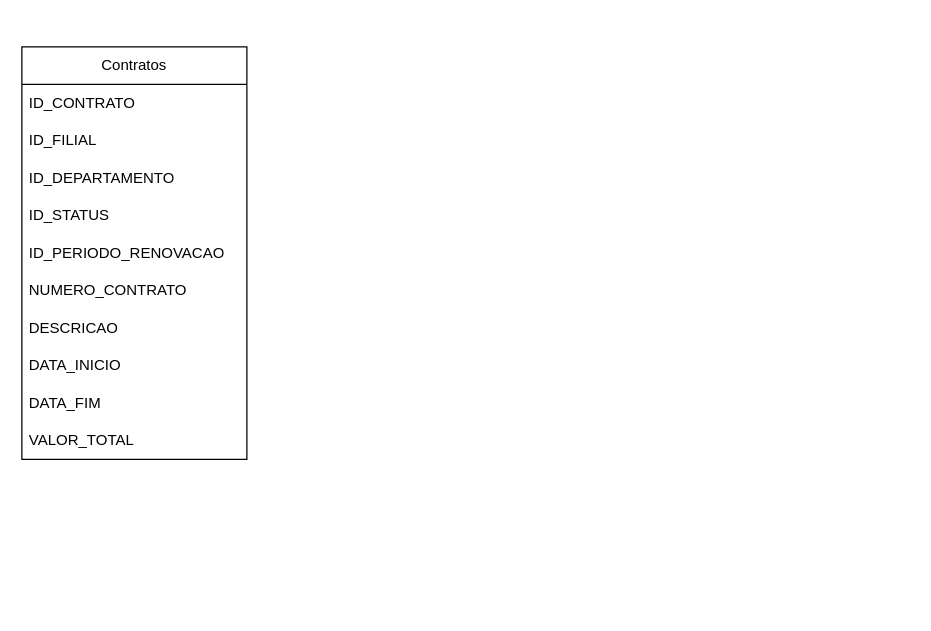
Before: contracts.drawio in lcardelli/fornecedores, a draw.io diagram. Source tidied: cells renumbered, new cells numbered last; positions are measured from the earlier drawing's top-left corner, leaving out a move shared by most shapes. Both pictures are drawn from the tidied source at 125%, with x=0, y=0 at pixel (21, 46).
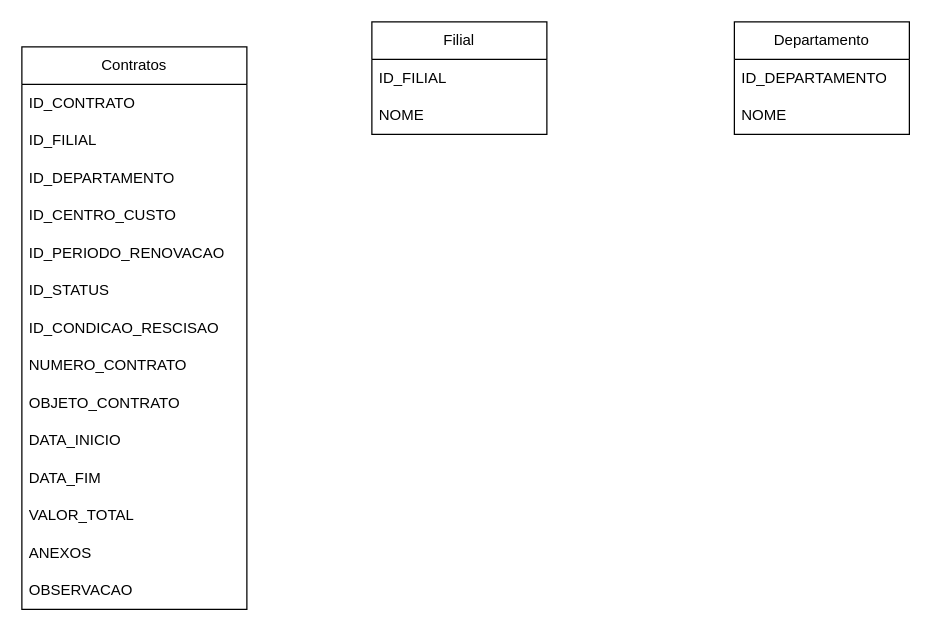
The same page after the edit.

Diff of the diagram source:
```diff
@@
     <mxCell id="2" value="Contratos" style="swimlane;fontStyle=0;horizontal=1;startSize=30;whiteSpace=wrap;html=1;" parent="1" vertex="1">
-      <mxGeometry width="180" height="330" as="geometry" />
+      <mxGeometry width="180" height="450" as="geometry" />
     </mxCell>
@@
+    <mxCell id="13" value="ID_CENTRO_CUSTO" style="text;strokeColor=none;fillColor=none;align=left;verticalAlign=middle;spacingLeft=4;spacingRight=4;overflow=hidden;whiteSpace=wrap;html=1;" parent="2" vertex="1">
+      <mxGeometry y="120" width="180" height="30" as="geometry" />
+    </mxCell>
+    <mxCell id="7" value="ID_PERIODO_RENOVACAO" style="text;strokeColor=none;fillColor=none;align=left;verticalAlign=middle;spacingLeft=4;spacingRight=4;overflow=hidden;whiteSpace=wrap;html=1;" parent="2" vertex="1">
+      <mxGeometry y="150" width="180" height="30" as="geometry" />
+    </mxCell>
     <mxCell id="6" value="ID_STATUS" style="text;strokeColor=none;fillColor=none;align=left;verticalAlign=middle;spacingLeft=4;spacingRight=4;overflow=hidden;whiteSpace=wrap;html=1;" parent="2" vertex="1">
-      <mxGeometry y="120" width="180" height="30" as="geometry" />
+      <mxGeometry y="180" width="180" height="30" as="geometry" />
     </mxCell>
-    <mxCell id="7" value="ID_PERIODO_RENOVACAO" style="text;strokeColor=none;fillColor=none;align=left;verticalAlign=middle;spacingLeft=4;spacingRight=4;overflow=hidden;whiteSpace=wrap;html=1;" parent="2" vertex="1">
-      <mxGeometry y="150" width="180" height="30" as="geometry" />
-    </mxCell>
+    <mxCell id="14" value="ID_CONDICAO_RESCISAO" style="text;strokeColor=none;fillColor=none;align=left;verticalAlign=middle;spacingLeft=4;spacingRight=4;overflow=hidden;whiteSpace=wrap;html=1;" parent="2" vertex="1">
+      <mxGeometry y="210" width="180" height="30" as="geometry" />
+    </mxCell>
     <mxCell id="8" value="NUMERO_CONTRATO" style="text;strokeColor=none;fillColor=none;align=left;verticalAlign=middle;spacingLeft=4;spacingRight=4;overflow=hidden;whiteSpace=wrap;html=1;" parent="2" vertex="1">
-      <mxGeometry y="180" width="180" height="30" as="geometry" />
+      <mxGeometry y="240" width="180" height="30" as="geometry" />
     </mxCell>
-    <mxCell id="9" value="DESCRICAO" style="text;strokeColor=none;fillColor=none;align=left;verticalAlign=middle;spacingLeft=4;spacingRight=4;overflow=hidden;whiteSpace=wrap;html=1;" parent="2" vertex="1">
-      <mxGeometry y="210" width="180" height="30" as="geometry" />
+    <mxCell id="9" value="OBJETO_CONTRATO" style="text;strokeColor=none;fillColor=none;align=left;verticalAlign=middle;spacingLeft=4;spacingRight=4;overflow=hidden;whiteSpace=wrap;html=1;" parent="2" vertex="1">
+      <mxGeometry y="270" width="180" height="30" as="geometry" />
     </mxCell>
     <mxCell id="10" value="DATA_INICIO" style="text;strokeColor=none;fillColor=none;align=left;verticalAlign=middle;spacingLeft=4;spacingRight=4;overflow=hidden;whiteSpace=wrap;html=1;" parent="2" vertex="1">
-      <mxGeometry y="240" width="180" height="30" as="geometry" />
+      <mxGeometry y="300" width="180" height="30" as="geometry" />
     </mxCell>
     <mxCell id="11" value="DATA_FIM" style="text;strokeColor=none;fillColor=none;align=left;verticalAlign=middle;spacingLeft=4;spacingRight=4;overflow=hidden;whiteSpace=wrap;html=1;" parent="2" vertex="1">
-      <mxGeometry y="270" width="180" height="30" as="geometry" />
+      <mxGeometry y="330" width="180" height="30" as="geometry" />
     </mxCell>
     <mxCell id="12" value="VALOR_TOTAL" style="text;strokeColor=none;fillColor=none;align=left;verticalAlign=middle;spacingLeft=4;spacingRight=4;overflow=hidden;whiteSpace=wrap;html=1;" parent="2" vertex="1">
-      <mxGeometry y="300" width="180" height="30" as="geometry" />
+      <mxGeometry y="360" width="180" height="30" as="geometry" />
     </mxCell>
+    <mxCell id="15" value="ANEXOS" style="text;strokeColor=none;fillColor=none;align=left;verticalAlign=middle;spacingLeft=4;spacingRight=4;overflow=hidden;whiteSpace=wrap;html=1;" parent="2" vertex="1">
+      <mxGeometry y="390" width="180" height="30" as="geometry" />
+    </mxCell>
+    <mxCell id="16" value="OBSERVACAO" style="text;strokeColor=none;fillColor=none;align=left;verticalAlign=middle;spacingLeft=4;spacingRight=4;overflow=hidden;whiteSpace=wrap;html=1;" parent="2" vertex="1">
+      <mxGeometry y="420" width="180" height="30" as="geometry" />
+    </mxCell>
+    <mxCell id="17" value="Filial" style="swimlane;fontStyle=0;horizontal=1;startSize=30;whiteSpace=wrap;html=1;" parent="1" vertex="1">
+      <mxGeometry x="280" y="-20" width="140" height="90" as="geometry" />
+    </mxCell>
+    <mxCell id="18" value="ID_FILIAL" style="text;strokeColor=none;fillColor=none;align=left;verticalAlign=middle;spacingLeft=4;spacingRight=4;overflow=hidden;whiteSpace=wrap;html=1;" parent="17" vertex="1">
+      <mxGeometry y="30" width="140" height="30" as="geometry" />
+    </mxCell>
+    <mxCell id="19" value="NOME" style="text;strokeColor=none;fillColor=none;align=left;verticalAlign=middle;spacingLeft=4;spacingRight=4;overflow=hidden;whiteSpace=wrap;html=1;" parent="17" vertex="1">
+      <mxGeometry y="60" width="140" height="30" as="geometry" />
+    </mxCell>
+    <mxCell id="20" value="Departamento" style="swimlane;fontStyle=0;horizontal=1;startSize=30;whiteSpace=wrap;html=1;" parent="1" vertex="1">
+      <mxGeometry x="570" y="-20" width="140" height="90" as="geometry" />
+    </mxCell>
+    <mxCell id="21" value="ID_DEPARTAMENTO" style="text;strokeColor=none;fillColor=none;align=left;verticalAlign=middle;spacingLeft=4;spacingRight=4;overflow=hidden;whiteSpace=wrap;html=1;" parent="20" vertex="1">
+      <mxGeometry y="30" width="140" height="30" as="geometry" />
+    </mxCell>
+    <mxCell id="22" value="NOME" style="text;strokeColor=none;fillColor=none;align=left;verticalAlign=middle;spacingLeft=4;spacingRight=4;overflow=hidden;whiteSpace=wrap;html=1;" parent="20" vertex="1">
+      <mxGeometry y="60" width="140" height="30" as="geometry" />
+    </mxCell>
```
